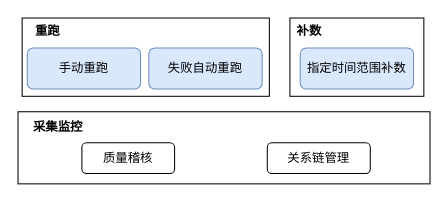
Earlier version of the draw.io diagram page "数据采集" (7 of 7) of dame2024/未命名绘图.drawio (zcw5116/drawIO). Source tidied: cells renumbered, new cells numbered last; positions are measured from the earlier drawing's top-left corner, leaving out a move shared by most shapes. Both pictures are drawn from the tidied source at 103%, with x=0, y=0 at pixel (18, 18).
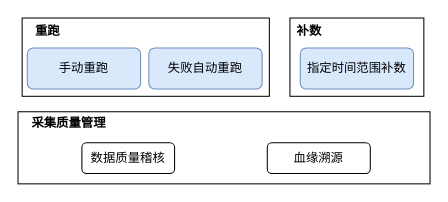
The same page after the edit.

Commit message:
更新未命名绘图.drawio

Change to the diagram source:
```diff
@@
 <mxGraphModel>
   <root>
     <mxCell id="0" />
     <mxCell id="1" parent="0" />
     <mxCell id="2" style="rounded=0;whiteSpace=wrap;html=1;" parent="1" vertex="1">
       <mxGeometry x="4" width="240" height="76" as="geometry" />
     </mxCell>
     <mxCell id="3" value="重跑" style="text;html=1;align=center;verticalAlign=middle;whiteSpace=wrap;rounded=0;fontStyle=1;" parent="1" vertex="1">
       <mxGeometry x="9" y="3" width="40" height="20" as="geometry" />
     </mxCell>
     <mxCell id="4" value="手动重跑" style="rounded=1;whiteSpace=wrap;html=1;fillColor=#dae8fc;strokeColor=#6c8ebf;" parent="1" vertex="1">
       <mxGeometry x="9" y="29" width="110" height="40" as="geometry" />
     </mxCell>
     <mxCell id="5" value="失败自动重跑" style="rounded=1;whiteSpace=wrap;html=1;fillColor=#dae8fc;strokeColor=#6c8ebf;" parent="1" vertex="1">
       <mxGeometry x="127" y="29" width="110" height="40" as="geometry" />
     </mxCell>
     <mxCell id="6" style="rounded=0;whiteSpace=wrap;html=1;" parent="1" vertex="1">
       <mxGeometry y="91" width="400" height="70" as="geometry" />
     </mxCell>
-    <mxCell id="7" value="质量稽核" style="rounded=1;whiteSpace=wrap;html=1;" parent="1" vertex="1">
+    <mxCell id="7" value="数据质量稽核" style="rounded=1;whiteSpace=wrap;html=1;" parent="1" vertex="1">
       <mxGeometry x="62" y="121" width="90" height="30" as="geometry" />
     </mxCell>
-    <mxCell id="8" value="采集监控" style="text;html=1;align=center;verticalAlign=middle;whiteSpace=wrap;rounded=0;fontStyle=1;" parent="1" vertex="1">
-      <mxGeometry x="9" y="91" width="60" height="30" as="geometry" />
+    <mxCell id="8" value="采集质量管理" style="text;html=1;align=center;verticalAlign=middle;whiteSpace=wrap;rounded=0;fontStyle=1;" parent="1" vertex="1">
+      <mxGeometry x="4" y="91" width="91" height="21" as="geometry" />
     </mxCell>
-    <mxCell id="9" value="关系链管理" style="rounded=1;whiteSpace=wrap;html=1;" parent="1" vertex="1">
+    <mxCell id="9" value="血缘溯源" style="rounded=1;whiteSpace=wrap;html=1;" parent="1" vertex="1">
       <mxGeometry x="242" y="121" width="100" height="30" as="geometry" />
     </mxCell>
     <mxCell id="10" style="rounded=0;whiteSpace=wrap;html=1;" parent="1" vertex="1">
       <mxGeometry x="264" width="130" height="76" as="geometry" />
     </mxCell>
     <mxCell id="11" value="补数" style="text;html=1;align=center;verticalAlign=middle;whiteSpace=wrap;rounded=0;fontStyle=1;" parent="1" vertex="1">
       <mxGeometry x="263" y="3" width="40" height="20" as="geometry" />
     </mxCell>
     <mxCell id="12" value="指定时间范围补数" style="rounded=1;whiteSpace=wrap;html=1;fillColor=#dae8fc;strokeColor=#6c8ebf;" parent="1" vertex="1">
       <mxGeometry x="274" y="29" width="110" height="40" as="geometry" />
     </mxCell>
   </root>
 </mxGraphModel>
```
